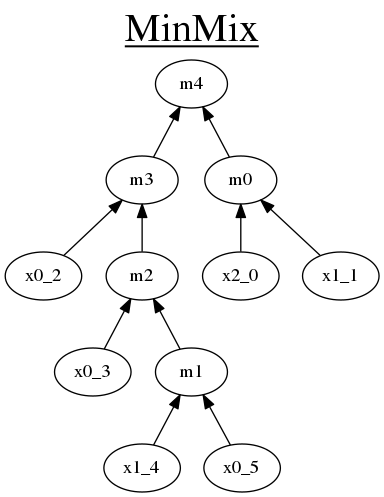
iitramar/guiTool keeps this Graphviz diagram as GuiTool/image/Minmix/MinmixDot.png. Above is the earlier version. Its source is kept beside it as GuiTool/image/Minmix/MinmixDot.dot.
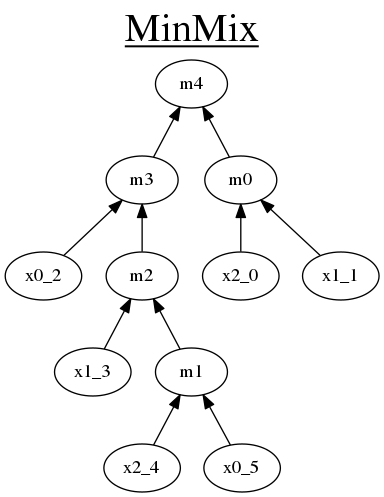
After the change.

Diff of the diagram source:
```diff
@@ -8,8 +8,8 @@
 x1_1 -> m0;
 x0_2 -> m3 ;
 m2 -> m3;
-x0_3 -> m2 ;
+x1_3 -> m2 ;
 m1 -> m2;
-x1_4 -> m1 ;
+x2_4 -> m1 ;
 x0_5 -> m1;
 }
```
